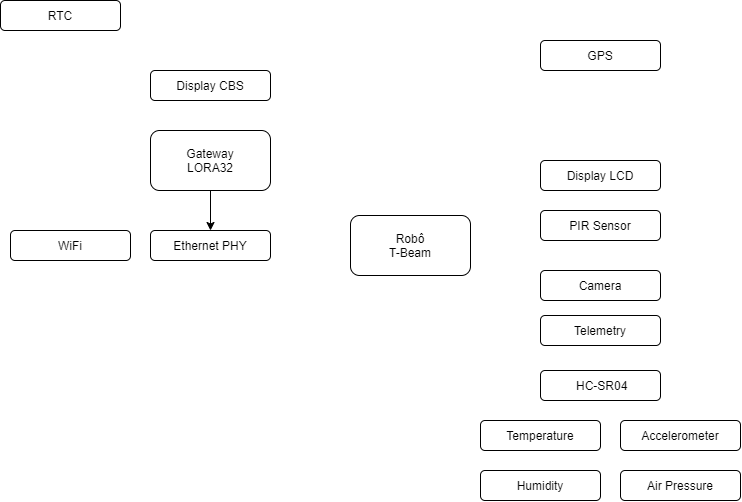
Before: diagrama.png, a diagram exported from draw.io (lllLDBlll/micro-ROS-TTGO). Source tidied: cells renumbered, new cells last; positions are measured from the earlier drawing's top-left corner, leaving out a move shared by most shapes.
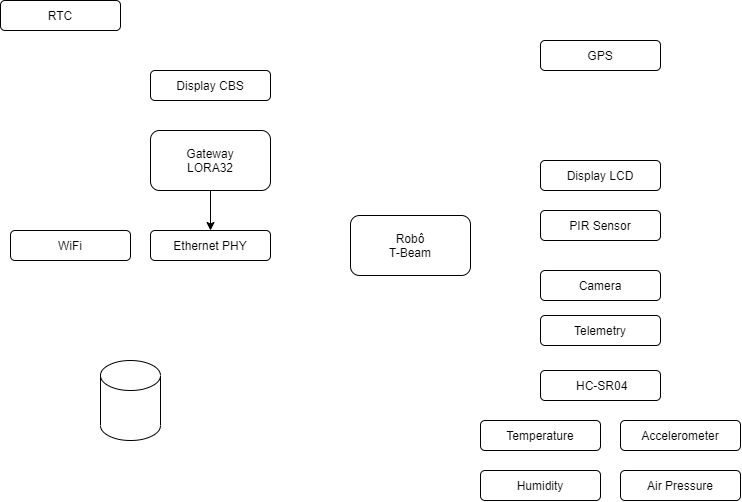
The same file after the commit.

Change to the diagram source:
```diff
@@ -53,5 +53,8 @@
     <mxCell id="18" value="WiFi" style="rounded=1;whiteSpace=wrap;html=1;" parent="1" vertex="1">
       <mxGeometry x="10" y="230" width="120" height="30" as="geometry" />
     </mxCell>
+    <mxCell id="19" style="shape=cylinder3;whiteSpace=wrap;html=1;boundedLbl=1;backgroundOutline=1;size=15;" parent="1" vertex="1">
+      <mxGeometry x="100" y="360" width="60" height="80" as="geometry" />
+    </mxCell>
   </root>
 </mxGraphModel>
```
